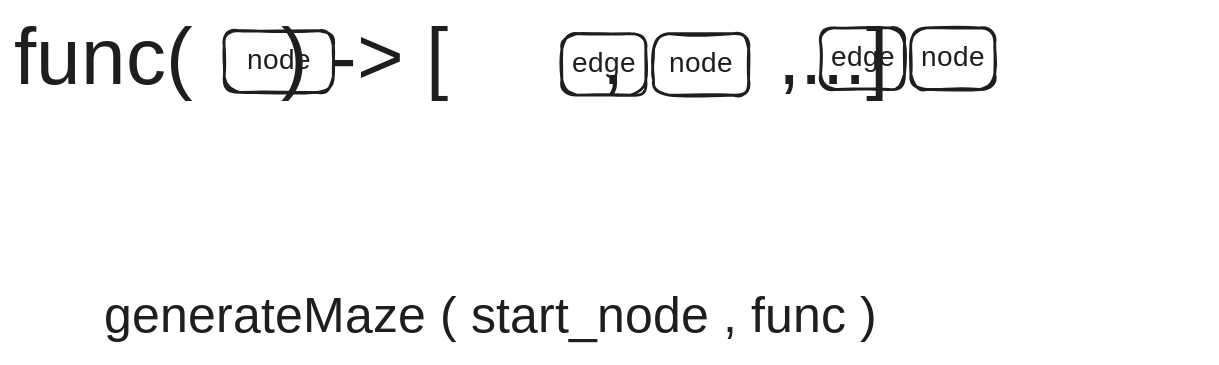
The Excalidraw diagram public/functional.excalidraw.svg in amarillion/slides-2026-assembly-mazes, before a commit. Source tidied: one line per element, renumbered; positions are measured from the earlier drawing's top-left corner, leaving out a move shared by most shapes. Its diagram source:
```json
{"id": 0, "type": "rectangle", "strokeColor": "#1e1e1e", "strokeWidth": 2, "roughness": 1, "round": true, "x": 150, "y": 12, "width": 78, "height": 44}
{"id": 1, "type": "text", "text": "node", "strokeColor": "#1e1e1e", "strokeWidth": 2, "roughness": 1, "fontSize": 20, "fontFamily": 5, "textAlign": "center", "verticalAlign": "middle", "inside": 0, "x": 166, "y": 22, "width": 45, "height": 25}
{"id": 2, "type": "text", "text": "func(    ) -> [       ,       ,...]", "strokeColor": "#1e1e1e", "strokeWidth": 2, "roughness": 1, "fontSize": 56.9, "fontFamily": 5, "x": 0, "y": 0, "width": 851, "height": 71}
{"id": 3, "type": "rectangle", "strokeColor": "#1e1e1e", "strokeWidth": 2, "roughness": 1, "round": true, "x": 457, "y": 14, "width": 68, "height": 44}
{"id": 4, "type": "text", "text": "node", "strokeColor": "#1e1e1e", "strokeWidth": 2, "roughness": 1, "fontSize": 20, "fontFamily": 5, "textAlign": "center", "verticalAlign": "middle", "inside": 3, "x": 468, "y": 24, "width": 45, "height": 25}
{"id": 5, "type": "rectangle", "strokeColor": "#1e1e1e", "strokeWidth": 2, "roughness": 1, "round": true, "x": 641, "y": 10, "width": 60, "height": 44}
{"id": 6, "type": "text", "text": "node", "strokeColor": "#1e1e1e", "strokeWidth": 2, "roughness": 1, "fontSize": 20, "fontFamily": 5, "textAlign": "center", "verticalAlign": "middle", "inside": 5, "x": 648, "y": 20, "width": 45, "height": 25}
{"id": 7, "type": "text", "text": "generateMaze ( start_node , func )", "strokeColor": "#1e1e1e", "strokeWidth": 2, "roughness": 1, "fontSize": 36, "fontFamily": 5, "x": 64, "y": 196, "width": 627, "height": 45}
{"id": 8, "type": "rectangle", "strokeColor": "#1e1e1e", "strokeWidth": 2, "roughness": 1, "round": true, "x": 576, "y": 10, "width": 60, "height": 44}
{"id": 9, "type": "text", "text": "edge", "strokeColor": "#1e1e1e", "strokeWidth": 2, "roughness": 1, "fontSize": 20, "fontFamily": 5, "textAlign": "center", "verticalAlign": "middle", "inside": 8, "x": 584, "y": 20, "width": 45, "height": 25}
{"id": 10, "type": "rectangle", "strokeColor": "#1e1e1e", "strokeWidth": 2, "roughness": 1, "round": true, "x": 391, "y": 14, "width": 60, "height": 44}
{"id": 11, "type": "text", "text": "edge", "strokeColor": "#1e1e1e", "strokeWidth": 2, "roughness": 1, "fontSize": 20, "fontFamily": 5, "textAlign": "center", "verticalAlign": "middle", "inside": 10, "x": 399, "y": 24, "width": 45, "height": 25}
```
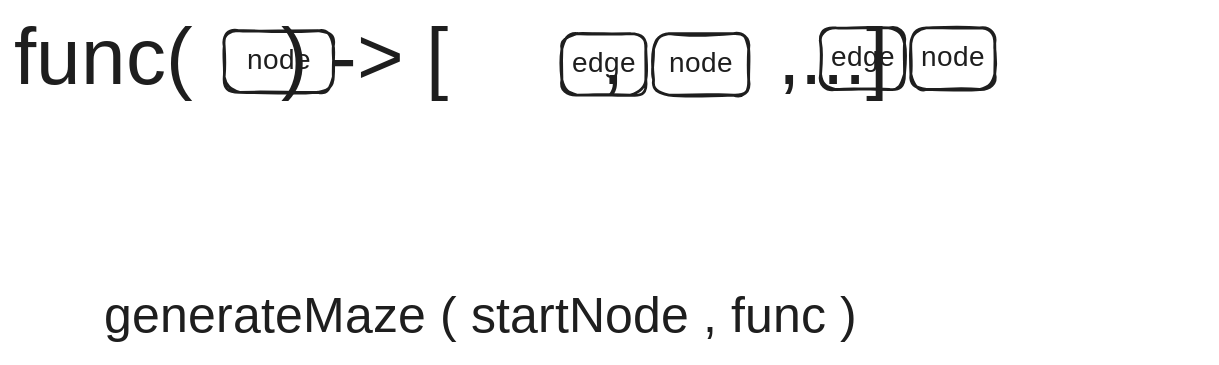
After the commit.

Commit message:
Tweak programming examples

Change to the diagram source:
```diff
@@ -5,7 +5,7 @@
 {"id": 4, "type": "text", "text": "node", "strokeColor": "#1e1e1e", "strokeWidth": 2, "roughness": 1, "fontSize": 20, "fontFamily": 5, "textAlign": "center", "verticalAlign": "middle", "inside": 3, "x": 468, "y": 24, "width": 45, "height": 25}
 {"id": 5, "type": "rectangle", "strokeColor": "#1e1e1e", "strokeWidth": 2, "roughness": 1, "round": true, "x": 641, "y": 10, "width": 60, "height": 44}
 {"id": 6, "type": "text", "text": "node", "strokeColor": "#1e1e1e", "strokeWidth": 2, "roughness": 1, "fontSize": 20, "fontFamily": 5, "textAlign": "center", "verticalAlign": "middle", "inside": 5, "x": 648, "y": 20, "width": 45, "height": 25}
-{"id": 7, "type": "text", "text": "generateMaze ( start_node , func )", "strokeColor": "#1e1e1e", "strokeWidth": 2, "roughness": 1, "fontSize": 36, "fontFamily": 5, "x": 64, "y": 196, "width": 627, "height": 45}
+{"id": 7, "type": "text", "text": "generateMaze ( startNode , func )", "strokeColor": "#1e1e1e", "strokeWidth": 2, "roughness": 1, "fontSize": 36, "fontFamily": 5, "x": 64, "y": 196, "width": 607, "height": 45}
 {"id": 8, "type": "rectangle", "strokeColor": "#1e1e1e", "strokeWidth": 2, "roughness": 1, "round": true, "x": 576, "y": 10, "width": 60, "height": 44}
 {"id": 9, "type": "text", "text": "edge", "strokeColor": "#1e1e1e", "strokeWidth": 2, "roughness": 1, "fontSize": 20, "fontFamily": 5, "textAlign": "center", "verticalAlign": "middle", "inside": 8, "x": 584, "y": 20, "width": 45, "height": 25}
 {"id": 10, "type": "rectangle", "strokeColor": "#1e1e1e", "strokeWidth": 2, "roughness": 1, "round": true, "x": 391, "y": 14, "width": 60, "height": 44}
```
